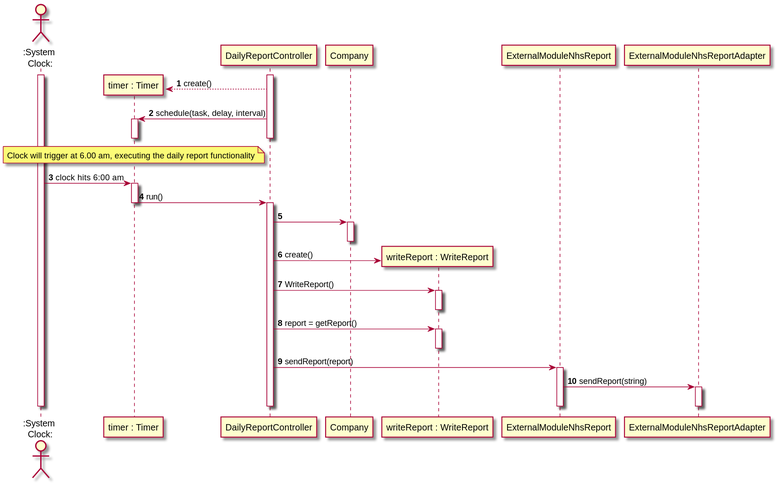
The PlantUML diagram docs/SprintD/US19/US19_SD.svg in MadDinosaur/ISEP-LAPR2, before a commit.
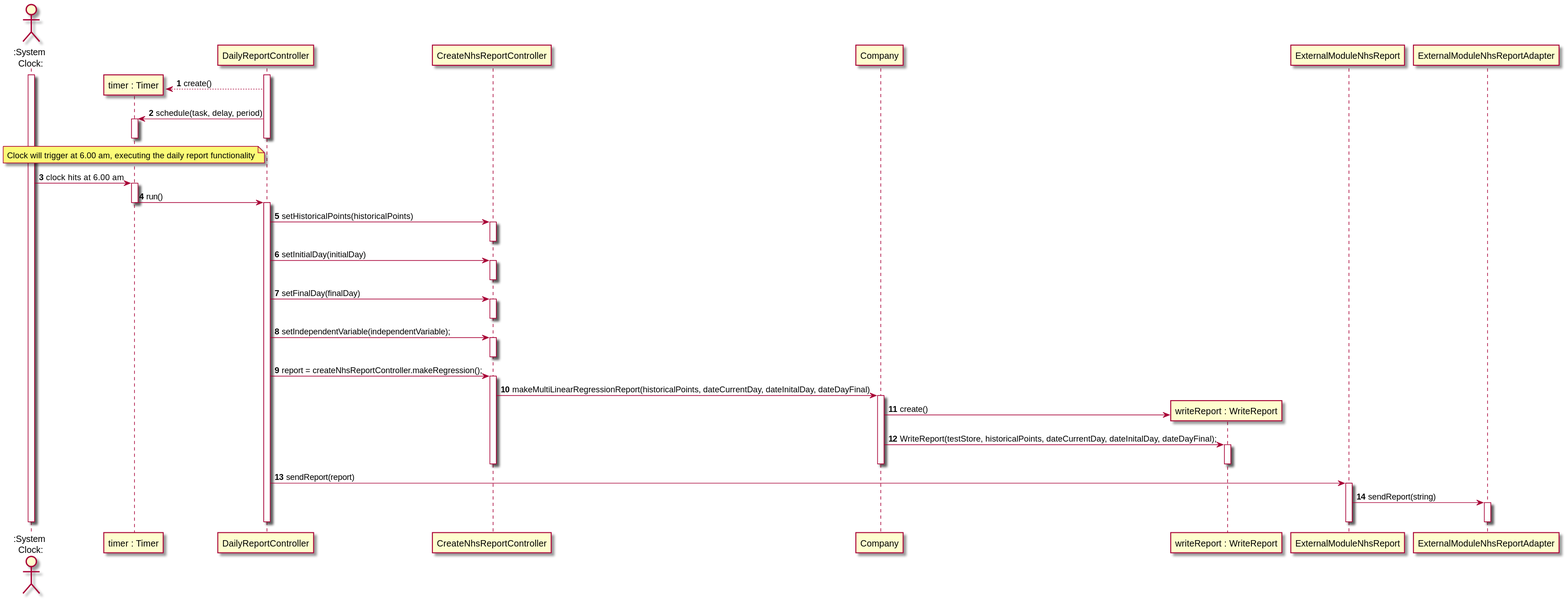
After the commit.

Change to the diagram source:
```diff
@@ -5,6 +5,7 @@
 actor ":System\n Clock:" as Clock
 participant "timer : Timer" as timer
 participant DailyReportController as controller
+participant CreateNhsReportController as controller1
 participant Company as company
 participant "writeReport : WriteReport" as writereport
 participant ExternalModuleNhsReport as interface
@@ -14,31 +15,43 @@
 activate controller
 create timer
 controller --> timer : create()
-controller -> timer : schedule(task, delay, interval)
+controller -> timer : schedule(task, delay, period)
 activate timer
 deactivate controller
 deactivate timer
 
 note over timer : Clock will trigger at 6.00 am, executing the daily report functionality
 
-Clock -> timer : clock hits 6:00 am
+Clock -> timer : clock hits at 6.00 am
 activate timer
 timer -> controller : run()
 deactivate timer
 activate controller
 
-controller -> company
+controller -> controller1 : setHistoricalPoints(historicalPoints)
+activate controller1
+deactivate controller1
+controller -> controller1 : setInitialDay(initialDay)
+activate controller1
+deactivate controller1
+controller -> controller1 : setFinalDay(finalDay)
+activate controller1
+deactivate controller1
+controller -> controller1 : setIndependentVariable(independentVariable);
+activate controller1
+deactivate controller1
+controller -> controller1 : report = createNhsReportController.makeRegression();
+activate controller1
+controller1 -> company : makeMultiLinearRegressionReport(historicalPoints, dateCurrentDay, dateInitalDay, dateDayFinal)
 activate company
-deactivate company
-
 create writereport
-controller -> writereport : create()
-controller -> writereport : WriteReport()
+company -> writereport : create()
+company -> writereport : WriteReport(testStore, historicalPoints, dateCurrentDay, dateInitalDay, dateDayFinal);
 activate writereport
 deactivate writereport
-controller -> writereport : report = getReport()
-activate writereport
-deactivate writereport
+deactivate company
+deactivate controller1
+
 
 controller -> interface : sendReport(report)
 activate interface
```
